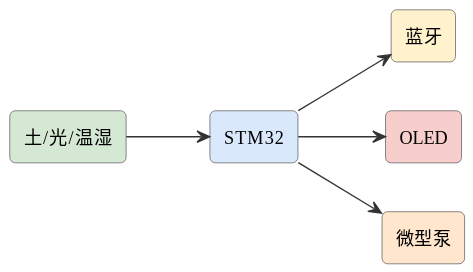
Before: assets/diagrams/ideas-fig36.svg, a diagram exported from PlantUML (mingyi0818/IntelligentMcuCourse).
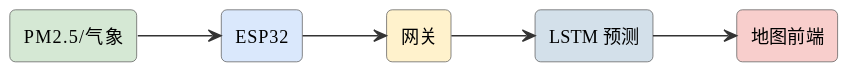
After the change.

Change to the diagram source:
```diff
@@ -6,13 +6,13 @@
 skinparam arrowFontSize 11
 skinparam arrowColor #333
 left to right direction
-rectangle "土/光/温湿" as s #d5e8d4
-rectangle "STM32" as stm #dae8fc
-rectangle "蓝牙" as bt #fff2cc
-rectangle "OLED" as oled #f8cecc
-rectangle "微型泵" as pump #ffe6cc
-s --> stm
-stm --> bt
-stm --> oled
-stm --> pump
+rectangle "PM2.5/气象" as s #d5e8d4
+rectangle "ESP32" as esp #dae8fc
+rectangle "网关" as gw #fff2cc
+rectangle "LSTM 预测" as ai #d3e0ea
+rectangle "地图前端" as map #f8cecc
+s --> esp
+esp --> gw
+gw --> ai
+ai --> map
 @enduml
```
